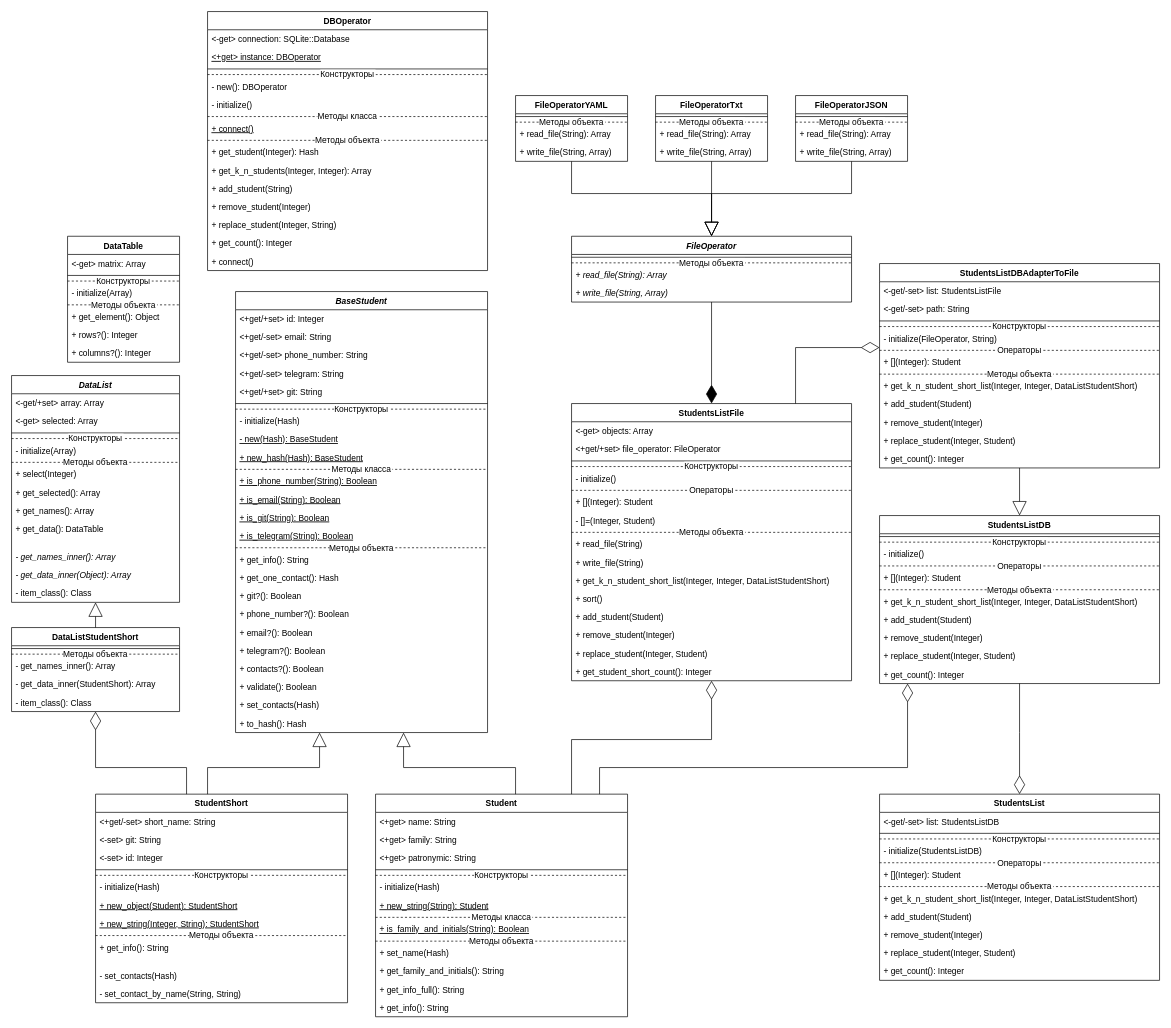
Before: StudentProject/docs/ClassDiagram.drawio in KirSaxhlil/PatternLabs, a draw.io diagram. Source tidied: cells renumbered, new cells numbered last; positions are measured from the earlier drawing's top-left corner, leaving out a move shared by most shapes. Both pictures are drawn from the tidied source at 70%, with x=0, y=0 at pixel (11, 11).
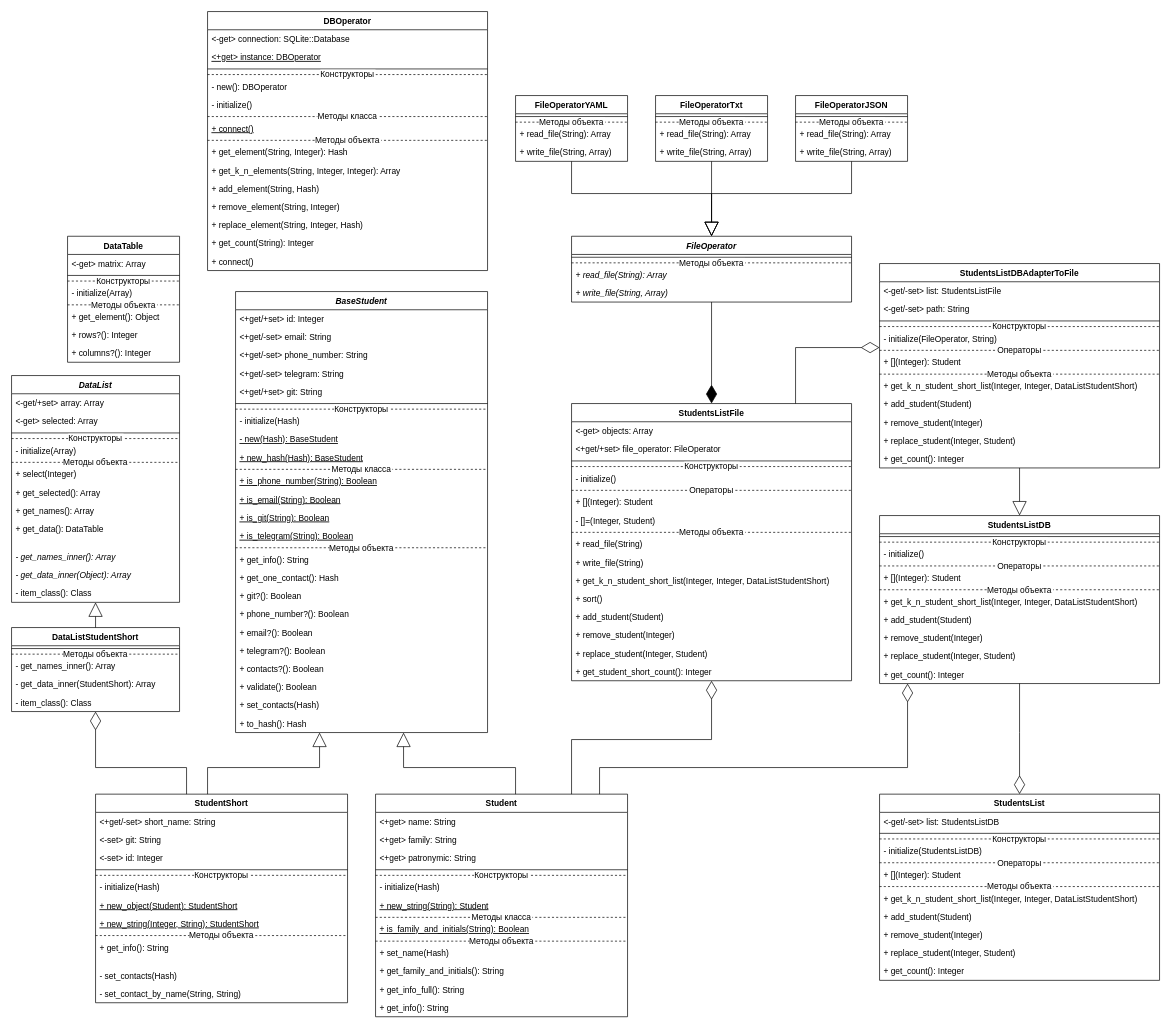
After the change.

The change refers to these unchanged cells:
```xml
<mxCell id="148" value="DBOperator" style="swimlane;fontStyle=1;align=center;verticalAlign=top;horizontal=1;startSize=26;strokeWidth=1;swimlaneFillColor=default;" parent="1" vertex="1">
  <mxGeometry x="280" width="400" height="370" as="geometry" />
</mxCell>
```

What changed in the source:
```diff
@@
-    <mxCell id="158" value="+ get_student(Integer): Hash" style="text;strokeColor=none;fillColor=none;align=left;verticalAlign=top;spacingLeft=4;spacingRight=4;overflow=hidden;dashed=1;strokeWidth=1;" parent="148" vertex="1">
+    <mxCell id="158" value="+ get_element(String, Integer): Hash" style="text;strokeColor=none;fillColor=none;align=left;verticalAlign=top;spacingLeft=4;spacingRight=4;overflow=hidden;dashed=1;strokeWidth=1;" parent="148" vertex="1">
       <mxGeometry y="188" width="400" height="26" as="geometry" />
     </mxCell>
-    <mxCell id="159" value="+ get_k_n_students(Integer, Integer): Array" style="text;strokeColor=none;fillColor=none;align=left;verticalAlign=top;spacingLeft=4;spacingRight=4;overflow=hidden;dashed=1;strokeWidth=1;" parent="148" vertex="1">
+    <mxCell id="159" value="+ get_k_n_elements(String, Integer, Integer): Array" style="text;strokeColor=none;fillColor=none;align=left;verticalAlign=top;spacingLeft=4;spacingRight=4;overflow=hidden;dashed=1;strokeWidth=1;" parent="148" vertex="1">
       <mxGeometry y="214" width="400" height="26" as="geometry" />
     </mxCell>
-    <mxCell id="160" value="+ add_student(String)" style="text;strokeColor=none;fillColor=none;align=left;verticalAlign=top;spacingLeft=4;spacingRight=4;overflow=hidden;dashed=1;strokeWidth=1;" parent="148" vertex="1">
+    <mxCell id="160" value="+ add_element(String, Hash)" style="text;strokeColor=none;fillColor=none;align=left;verticalAlign=top;spacingLeft=4;spacingRight=4;overflow=hidden;dashed=1;strokeWidth=1;" parent="148" vertex="1">
       <mxGeometry y="240" width="400" height="26" as="geometry" />
     </mxCell>
-    <mxCell id="161" value="+ remove_student(Integer)" style="text;strokeColor=none;fillColor=none;align=left;verticalAlign=top;spacingLeft=4;spacingRight=4;overflow=hidden;dashed=1;strokeWidth=1;" parent="148" vertex="1">
+    <mxCell id="161" value="+ remove_element(String, Integer)" style="text;strokeColor=none;fillColor=none;align=left;verticalAlign=top;spacingLeft=4;spacingRight=4;overflow=hidden;dashed=1;strokeWidth=1;" parent="148" vertex="1">
       <mxGeometry y="266" width="400" height="26" as="geometry" />
     </mxCell>
-    <mxCell id="162" value="+ replace_student(Integer, String)" style="text;strokeColor=none;fillColor=none;align=left;verticalAlign=top;spacingLeft=4;spacingRight=4;overflow=hidden;dashed=1;strokeWidth=1;" parent="148" vertex="1">
+    <mxCell id="162" value="+ replace_element(String, Integer, Hash)" style="text;strokeColor=none;fillColor=none;align=left;verticalAlign=top;spacingLeft=4;spacingRight=4;overflow=hidden;dashed=1;strokeWidth=1;" parent="148" vertex="1">
       <mxGeometry y="292" width="400" height="26" as="geometry" />
     </mxCell>
-    <mxCell id="163" value="+ get_count(): Integer" style="text;strokeColor=none;fillColor=none;align=left;verticalAlign=top;spacingLeft=4;spacingRight=4;overflow=hidden;dashed=1;strokeWidth=1;" parent="148" vertex="1">
+    <mxCell id="163" value="+ get_count(String): Integer" style="text;strokeColor=none;fillColor=none;align=left;verticalAlign=top;spacingLeft=4;spacingRight=4;overflow=hidden;dashed=1;strokeWidth=1;" parent="148" vertex="1">
       <mxGeometry y="318" width="400" height="26" as="geometry" />
     </mxCell>
```
